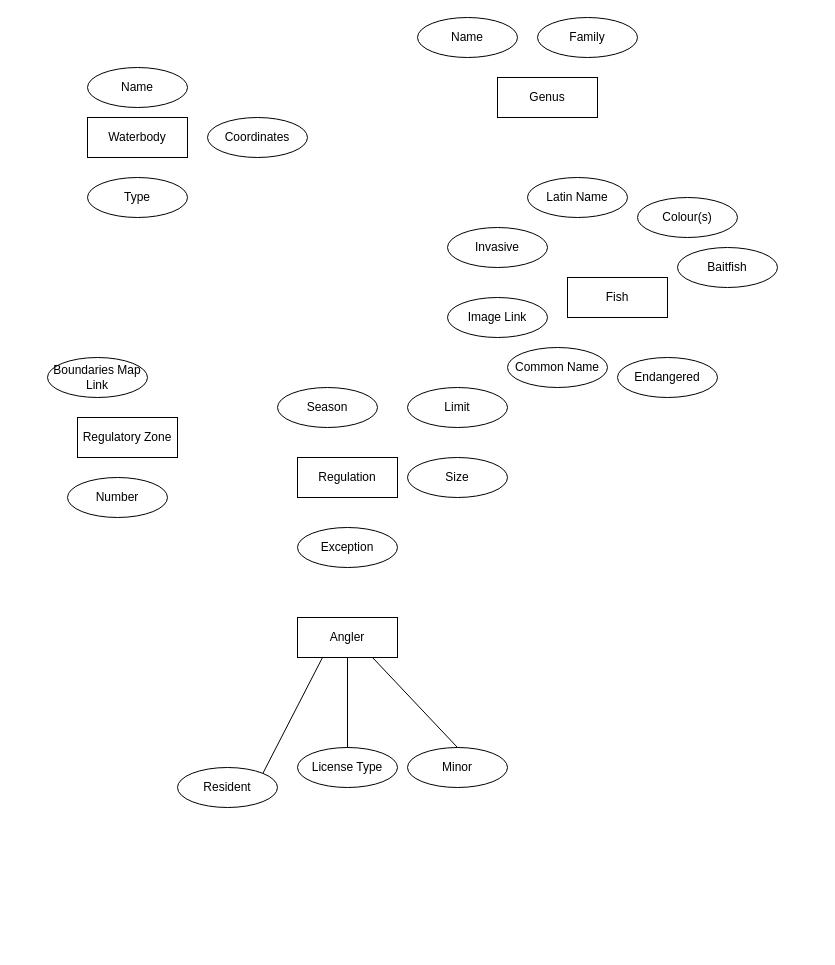
Before: lab2.drawio in spjanic10/fishOntario, a draw.io diagram. Source tidied: cells renumbered, new cells numbered last; positions are measured from the earlier drawing's top-left corner, leaving out a move shared by most shapes. Both pictures are drawn from the tidied source at 100%, with x=0, y=0 at pixel (47, 17).
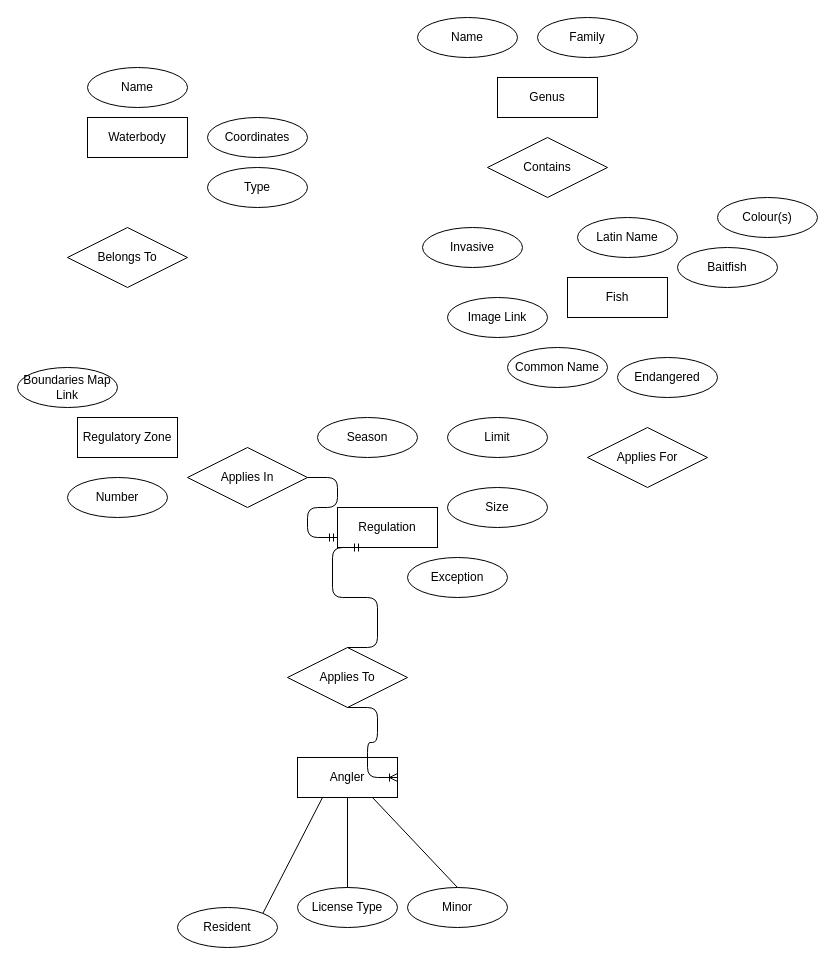
The same page after the edit.

Commit message:
relationships temp

Change to the diagram source:
```diff
@@
     <mxCell id="6" value="Angler" style="whiteSpace=wrap;html=1;align=center;" parent="1" vertex="1">
-      <mxGeometry x="250" y="600" width="100" height="40" as="geometry" />
+      <mxGeometry x="250" y="740" width="100" height="40" as="geometry" />
     </mxCell>
     <mxCell id="7" value="License Type" style="ellipse;whiteSpace=wrap;html=1;align=center;" parent="1" vertex="1">
-      <mxGeometry x="250" y="730" width="100" height="40" as="geometry" />
+      <mxGeometry x="250" y="870" width="100" height="40" as="geometry" />
     </mxCell>
     <mxCell id="8" value="Resident" style="ellipse;whiteSpace=wrap;html=1;align=center;" parent="1" vertex="1">
-      <mxGeometry x="130" y="750" width="100" height="40" as="geometry" />
+      <mxGeometry x="130" y="890" width="100" height="40" as="geometry" />
     </mxCell>
     <mxCell id="9" value="&lt;div&gt;Minor&lt;/div&gt;" style="ellipse;whiteSpace=wrap;html=1;align=center;" parent="1" vertex="1">
-      <mxGeometry x="360" y="730" width="100" height="40" as="geometry" />
+      <mxGeometry x="360" y="870" width="100" height="40" as="geometry" />
     </mxCell>
@@
     <mxCell id="13" value="&lt;div&gt;Type&lt;/div&gt;" style="ellipse;whiteSpace=wrap;html=1;align=center;" parent="1" vertex="1">
-      <mxGeometry x="40" y="160" width="100" height="40" as="geometry" />
+      <mxGeometry x="160" y="150" width="100" height="40" as="geometry" />
     </mxCell>
@@
     <mxCell id="15" value="Invasive" style="ellipse;whiteSpace=wrap;html=1;align=center;" parent="1" vertex="1">
-      <mxGeometry x="400" y="210" width="100" height="40" as="geometry" />
+      <mxGeometry x="375" y="210" width="100" height="40" as="geometry" />
     </mxCell>
@@
     <mxCell id="19" value="Latin Name" style="ellipse;whiteSpace=wrap;html=1;align=center;" parent="1" vertex="1">
-      <mxGeometry x="480" y="160" width="100" height="40" as="geometry" />
+      <mxGeometry x="530" y="200" width="100" height="40" as="geometry" />
     </mxCell>
@@
     <mxCell id="22" value="Limit" style="ellipse;whiteSpace=wrap;html=1;align=center;" parent="1" vertex="1">
-      <mxGeometry x="360" y="370" width="100" height="40" as="geometry" />
+      <mxGeometry x="400" y="400" width="100" height="40" as="geometry" />
     </mxCell>
@@
     <mxCell id="24" value="Boundaries Map Link" style="ellipse;whiteSpace=wrap;html=1;align=center;" parent="1" vertex="1">
-      <mxGeometry y="340" width="100" height="40" as="geometry" />
+      <mxGeometry x="-30" y="350" width="100" height="40" as="geometry" />
     </mxCell>
     <mxCell id="25" value="Regulation" style="whiteSpace=wrap;html=1;align=center;" parent="1" vertex="1">
-      <mxGeometry x="250" y="440" width="100" height="40" as="geometry" />
+      <mxGeometry x="290" y="490" width="100" height="40" as="geometry" />
     </mxCell>
     <mxCell id="26" value="Exception" style="ellipse;whiteSpace=wrap;html=1;align=center;" parent="1" vertex="1">
-      <mxGeometry x="250" y="510" width="100" height="40" as="geometry" />
+      <mxGeometry x="360" y="540" width="100" height="40" as="geometry" />
     </mxCell>
     <mxCell id="27" value="Season" style="ellipse;whiteSpace=wrap;html=1;align=center;" parent="1" vertex="1">
-      <mxGeometry x="230" y="370" width="100" height="40" as="geometry" />
+      <mxGeometry x="270" y="400" width="100" height="40" as="geometry" />
     </mxCell>
@@
     <mxCell id="30" value="Size" style="ellipse;whiteSpace=wrap;html=1;align=center;" parent="1" vertex="1">
-      <mxGeometry x="360" y="440" width="100" height="40" as="geometry" />
+      <mxGeometry x="400" y="470" width="100" height="40" as="geometry" />
     </mxCell>
     <mxCell id="31" value="Colour(s)" style="ellipse;whiteSpace=wrap;html=1;align=center;" parent="1" vertex="1">
-      <mxGeometry x="590" y="180" width="100" height="40" as="geometry" />
+      <mxGeometry x="670" y="180" width="100" height="40" as="geometry" />
     </mxCell>
+    <mxCell id="32" value="Applies To" style="shape=rhombus;perimeter=rhombusPerimeter;whiteSpace=wrap;html=1;align=center;" parent="1" vertex="1">
+      <mxGeometry x="240" y="630" width="120" height="60" as="geometry" />
+    </mxCell>
+    <mxCell id="33" value="Contains" style="shape=rhombus;perimeter=rhombusPerimeter;whiteSpace=wrap;html=1;align=center;" parent="1" vertex="1">
+      <mxGeometry x="440" y="120" width="120" height="60" as="geometry" />
+    </mxCell>
+    <mxCell id="34" value="Belongs To" style="shape=rhombus;perimeter=rhombusPerimeter;whiteSpace=wrap;html=1;align=center;" parent="1" vertex="1">
+      <mxGeometry x="20" y="210" width="120" height="60" as="geometry" />
+    </mxCell>
+    <mxCell id="35" value="Applies In" style="shape=rhombus;perimeter=rhombusPerimeter;whiteSpace=wrap;html=1;align=center;" parent="1" vertex="1">
+      <mxGeometry x="140" y="430" width="120" height="60" as="geometry" />
+    </mxCell>
+    <mxCell id="36" value="Applies For" style="shape=rhombus;perimeter=rhombusPerimeter;whiteSpace=wrap;html=1;align=center;" parent="1" vertex="1">
+      <mxGeometry x="540" y="410" width="120" height="60" as="geometry" />
+    </mxCell>
+    <mxCell id="37" style="edgeStyle=entityRelationEdgeStyle;fontSize=12;html=1;endArrow=ERmandOne;exitX=1;exitY=0.5;exitDx=0;exitDy=0;entryX=0;entryY=0.75;entryDx=0;entryDy=0;" parent="1" edge="1" source="35" target="25">
+      <mxGeometry relative="1" as="geometry" />
+    </mxCell>
+    <mxCell id="38" style="edgeStyle=entityRelationEdgeStyle;fontSize=12;html=1;endArrow=ERmandOne;entryX=0.25;entryY=1;entryDx=0;entryDy=0;exitX=0.5;exitY=0;exitDx=0;exitDy=0;" parent="1" edge="1" source="32" target="25">
+      <mxGeometry relative="1" as="geometry" />
+    </mxCell>
+    <mxCell id="39" style="edgeStyle=entityRelationEdgeStyle;fontSize=12;html=1;endArrow=ERoneToMany;entryX=1;entryY=0.5;entryDx=0;entryDy=0;exitX=0.5;exitY=1;exitDx=0;exitDy=0;" parent="1" edge="1" source="32" target="6">
+      <mxGeometry relative="1" as="geometry" />
+    </mxCell>
```
